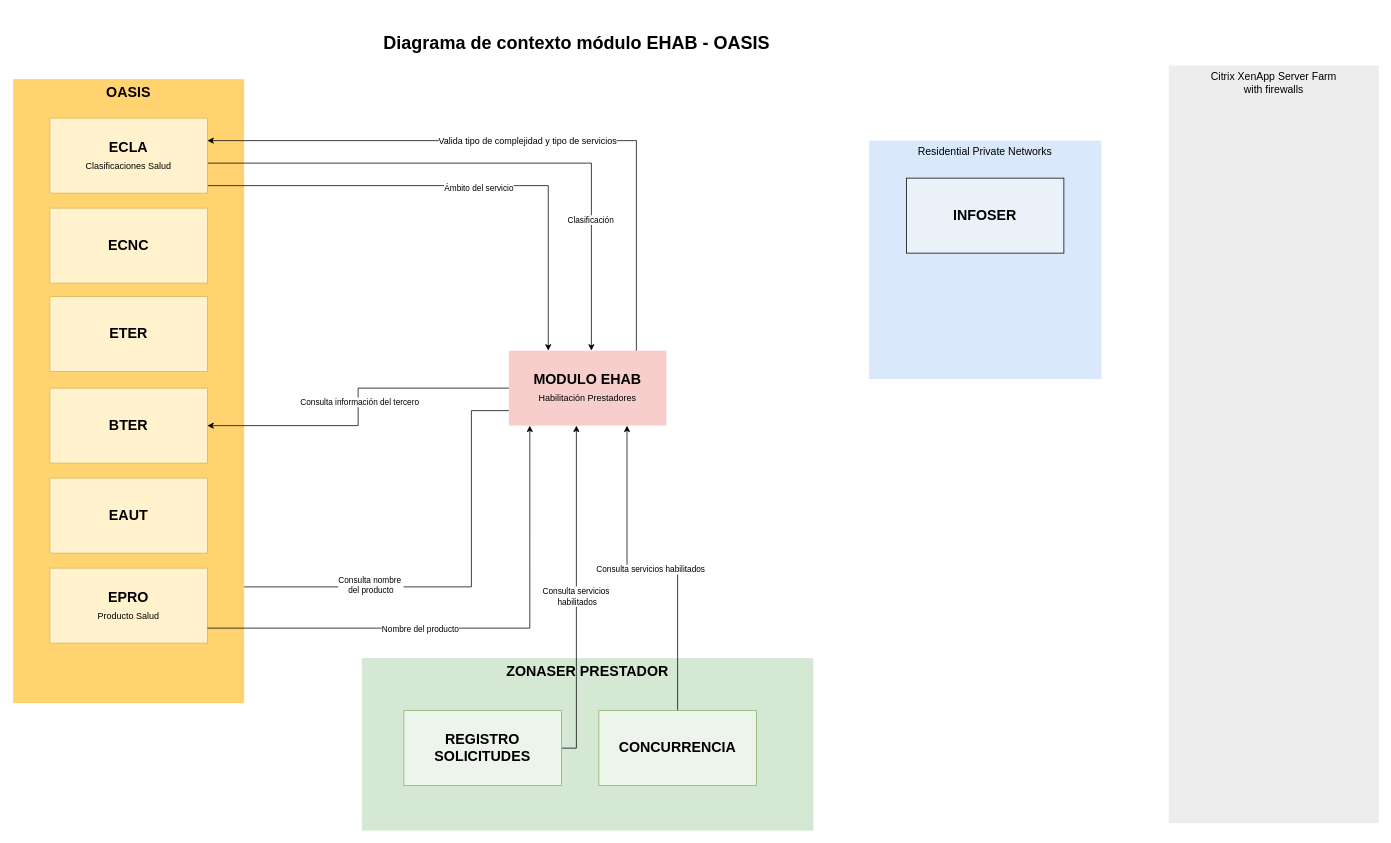
This is Contexto modulo EHAB.drawio from kevinjporto/Diagramas-de-procesos, a draw.io file, before an edit. Source tidied: cells renumbered, new cells numbered last; positions are measured from the earlier drawing's top-left corner, leaving out a move shared by most shapes. Both pictures are drawn from the tidied source at 75%, with x=0, y=0 at pixel (13, 28).
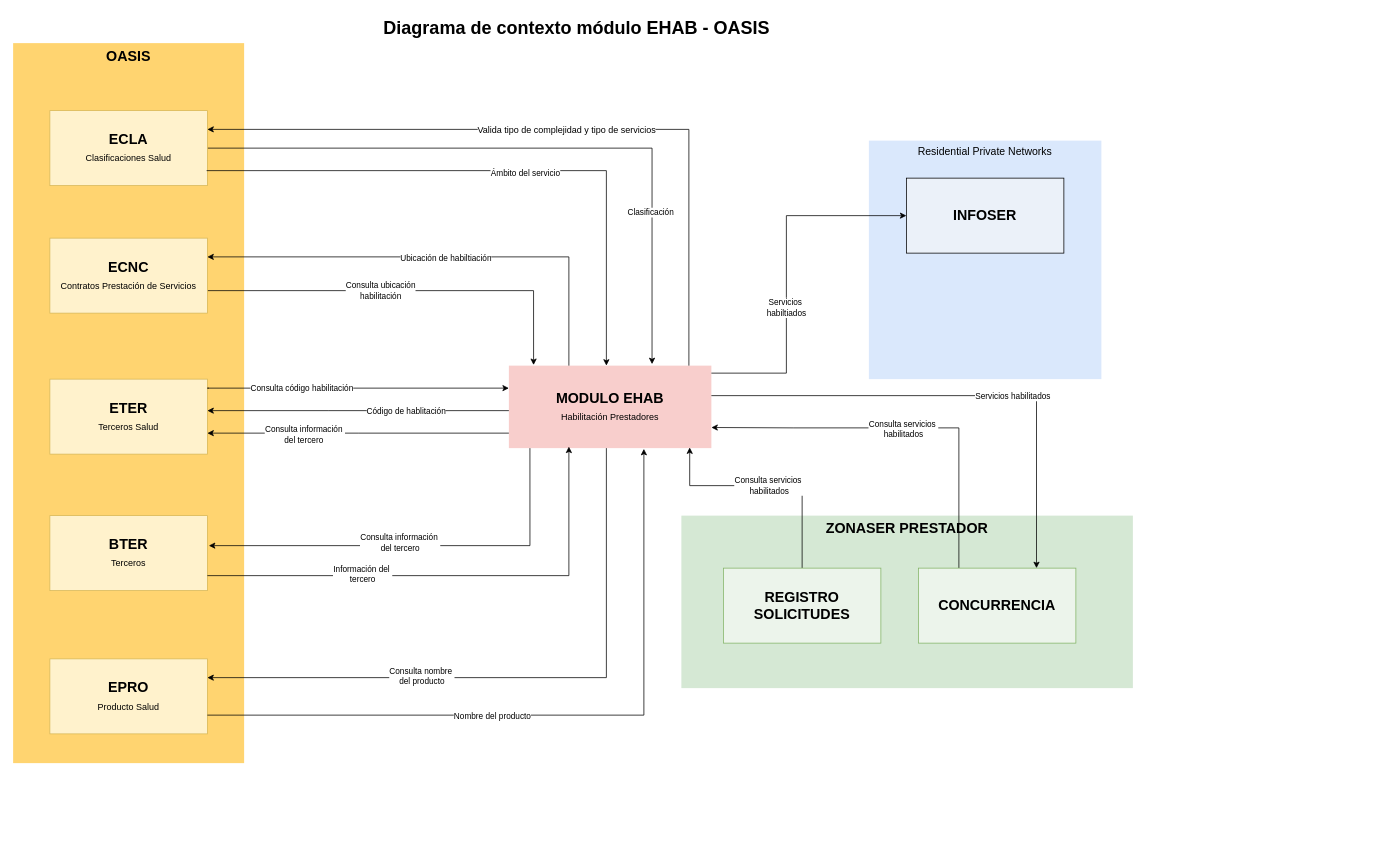
The same diagram, later.

Unchanged cells that the change refers to:
```xml
<mxCell id="27" value="INFOSER" style="whiteSpace=wrap;html=1;fillColor=light-dark(#ebf1f9, #1d293b);fontSize=19;strokeColor=default;verticalAlign=middle;fontStyle=1;" parent="1" vertex="1">
  <mxGeometry x="1191" y="200" width="210" height="100" as="geometry" />
</mxCell>
```

Change to the diagram source:
```diff
@@
-    <mxCell id="2" style="edgeStyle=orthogonalEdgeStyle;rounded=0;jettySize=auto;html=1;entryX=1;entryY=0.25;entryDx=0;entryDy=0;" parent="1" edge="1" source="4" target="30">
-      <mxGeometry relative="1" as="geometry">
-        <Array as="points">
-          <mxPoint x="611" y="510" />
-          <mxPoint x="611" y="745" />
-        </Array>
-      </mxGeometry>
-    </mxCell>
-    <mxCell id="3" value="Consulta nombre&amp;nbsp;&lt;div&gt;del producto&lt;/div&gt;" style="edgeLabel;html=1;align=center;verticalAlign=middle;" parent="2" vertex="1">
-      <mxGeometry x="0.32" y="-3" relative="1" as="geometry" />
-    </mxCell>
     <mxCell id="4" value="MODULO EHAB&lt;div&gt;&lt;font style=&quot;font-weight: normal; font-size: 12px;&quot;&gt;Habilitación Prestadores&lt;/font&gt;&lt;/div&gt;" style="whiteSpace=wrap;html=1;fillColor=#f8cecc;fontSize=19;strokeColor=none;verticalAlign=middle;fontStyle=1;" parent="1" vertex="1">
-      <mxGeometry x="661" y="430" width="210" height="100" as="geometry" />
+      <mxGeometry x="661" y="450" width="270" height="110" as="geometry" />
     </mxCell>
     <mxCell id="5" value="ZONASER PRESTADOR" style="whiteSpace=wrap;html=1;fillColor=#d5e8d4;fontSize=19;strokeColor=none;verticalAlign=top;fontStyle=1;" parent="1" vertex="1">
-      <mxGeometry x="465" y="840" width="602" height="230" as="geometry" />
+      <mxGeometry x="891" y="650" width="602" height="230" as="geometry" />
     </mxCell>
-    <mxCell id="6" value="Citrix XenApp Server Farm&lt;div&gt;with firewalls&lt;/div&gt;" style="whiteSpace=wrap;html=1;fillColor=#EDEDED;fontSize=14;strokeColor=none;verticalAlign=top;" parent="1" vertex="1">
-      <mxGeometry x="1541" y="50" width="280" height="1010" as="geometry" />
-    </mxCell>
     <mxCell id="7" value="&lt;b&gt;OASIS&lt;/b&gt;" style="whiteSpace=wrap;html=1;fillColor=#FFD470;gradientColor=none;fontSize=19;strokeColor=none;verticalAlign=top;" parent="1" vertex="1">
-      <mxGeometry y="68" width="308" height="832" as="geometry" />
+      <mxGeometry y="20" width="308" height="960" as="geometry" />
     </mxCell>
@@
     <mxCell id="9" value="Diagrama de contexto módulo EHAB - OASIS" style="text;strokeColor=none;fillColor=none;html=1;fontSize=24;fontStyle=1;verticalAlign=middle;align=center;" parent="1" vertex="1">
-      <mxGeometry x="320" width="861" height="40" as="geometry" />
+      <mxGeometry x="320" y="-20" width="861" height="40" as="geometry" />
     </mxCell>
-    <mxCell id="10" style="edgeStyle=orthogonalEdgeStyle;rounded=0;jettySize=auto;html=1;" parent="1" edge="1" source="14">
+    <mxCell id="10" style="edgeStyle=orthogonalEdgeStyle;rounded=0;jettySize=auto;html=1;entryX=0.707;entryY=-0.018;entryDx=0;entryDy=0;entryPerimeter=0;exitX=1;exitY=0.5;exitDx=0;exitDy=0;" parent="1" edge="1" source="14" target="4">
       <mxGeometry relative="1" as="geometry">
-        <mxPoint x="771" y="430" as="targetPoint" />
         <Array as="points">
-          <mxPoint x="771" y="180" />
-          <mxPoint x="771" y="430" />
+          <mxPoint x="852" y="160" />
         </Array>
       </mxGeometry>
     </mxCell>
@@
-    <mxCell id="12" style="edgeStyle=orthogonalEdgeStyle;rounded=0;jettySize=auto;html=1;entryX=0.25;entryY=0;entryDx=0;entryDy=0;" parent="1" edge="1" source="14" target="4">
-      <mxGeometry relative="1" as="geometry">
-        <Array as="points">
-          <mxPoint x="714" y="210" />
-        </Array>
-      </mxGeometry>
-    </mxCell>
-    <mxCell id="13" value="Ámbito del servicio" style="edgeLabel;html=1;align=center;verticalAlign=middle;" parent="12" vertex="1">
-      <mxGeometry x="0.07" y="-2" relative="1" as="geometry" />
-    </mxCell>
     <mxCell id="14" value="ECLA&lt;div&gt;&lt;font style=&quot;font-size: 12px; font-weight: normal;&quot;&gt;Clasificaciones Salud&lt;/font&gt;&lt;/div&gt;" style="whiteSpace=wrap;html=1;fillColor=#fff2cc;fontSize=19;strokeColor=#d6b656;verticalAlign=middle;fontStyle=1;" parent="1" vertex="1">
-      <mxGeometry x="49" y="120" width="210" height="100" as="geometry" />
+      <mxGeometry x="49" y="110" width="210" height="100" as="geometry" />
     </mxCell>
-    <mxCell id="15" style="edgeStyle=orthogonalEdgeStyle;rounded=0;orthogonalLoop=1;jettySize=auto;html=1;" parent="1" edge="1">
+    <mxCell id="15" style="edgeStyle=orthogonalEdgeStyle;rounded=0;jettySize=auto;html=1;entryX=1;entryY=0.25;entryDx=0;entryDy=0;exitX=0.889;exitY=0;exitDx=0;exitDy=0;exitPerimeter=0;" parent="1" edge="1" source="4" target="14">
       <mxGeometry relative="1" as="geometry">
-        <mxPoint x="831" y="430" as="sourcePoint" />
-        <mxPoint x="259" y="150" as="targetPoint" />
         <Array as="points">
-          <mxPoint x="831" y="430" />
-          <mxPoint x="831" y="150" />
+          <mxPoint x="901" y="135" />
         </Array>
       </mxGeometry>
     </mxCell>
@@
+    <mxCell id="33" style="edgeStyle=orthogonalEdgeStyle;rounded=0;jettySize=auto;html=1;entryX=0.122;entryY=-0.008;entryDx=0;entryDy=0;entryPerimeter=0;" parent="1" edge="1" source="17" target="4">
+      <mxGeometry relative="1" as="geometry">
+        <Array as="points">
+          <mxPoint x="694" y="350" />
+        </Array>
+      </mxGeometry>
+    </mxCell>
+    <mxCell id="34" value="Consulta ubicación&lt;div&gt;habilitación&lt;/div&gt;" style="edgeLabel;html=1;align=center;verticalAlign=middle;" parent="33" vertex="1">
+      <mxGeometry x="-0.14" y="1" relative="1" as="geometry" />
+    </mxCell>
-    <mxCell id="17" value="ECNC" style="whiteSpace=wrap;html=1;fillColor=#fff2cc;fontSize=19;strokeColor=#d6b656;verticalAlign=middle;fontStyle=1;" parent="1" vertex="1">
-      <mxGeometry x="49" y="240" width="210" height="100" as="geometry" />
+    <mxCell id="17" value="ECNC&lt;div&gt;&lt;font style=&quot;font-size: 12px; font-weight: normal;&quot;&gt;Contratos Prestación de Servicios&lt;/font&gt;&lt;/div&gt;" style="whiteSpace=wrap;html=1;fillColor=#fff2cc;fontSize=19;strokeColor=#d6b656;verticalAlign=middle;fontStyle=1;" parent="1" vertex="1">
+      <mxGeometry x="49" y="280" width="210" height="100" as="geometry" />
     </mxCell>
-    <mxCell id="18" value="ETER" style="whiteSpace=wrap;html=1;fillColor=#fff2cc;fontSize=19;strokeColor=#d6b656;verticalAlign=middle;fontStyle=1;" parent="1" vertex="1">
-      <mxGeometry x="49" y="358" width="210" height="100" as="geometry" />
+    <mxCell id="18" value="ETER&lt;div&gt;&lt;span style=&quot;font-weight: normal;&quot;&gt;&lt;font style=&quot;font-size: 12px;&quot;&gt;T&lt;/font&gt;&lt;/span&gt;&lt;font style=&quot;font-size: 12px; font-weight: normal;&quot;&gt;erceros Salud&lt;/font&gt;&lt;/div&gt;" style="whiteSpace=wrap;html=1;fillColor=#fff2cc;fontSize=19;strokeColor=#d6b656;verticalAlign=middle;fontStyle=1;" parent="1" vertex="1">
+      <mxGeometry x="49" y="468" width="210" height="100" as="geometry" />
     </mxCell>
-    <mxCell id="19" value="BTER" style="whiteSpace=wrap;html=1;fillColor=#fff2cc;fontSize=19;strokeColor=#d6b656;verticalAlign=middle;fontStyle=1;" parent="1" vertex="1">
-      <mxGeometry x="49" y="480" width="210" height="100" as="geometry" />
+    <mxCell id="19" value="BTER&lt;div&gt;&lt;font style=&quot;font-size: 12px; font-weight: normal;&quot;&gt;Terceros&lt;/font&gt;&lt;/div&gt;" style="whiteSpace=wrap;html=1;fillColor=#fff2cc;fontSize=19;strokeColor=#d6b656;verticalAlign=middle;fontStyle=1;" parent="1" vertex="1">
+      <mxGeometry x="49" y="650" width="210" height="100" as="geometry" />
     </mxCell>
-    <mxCell id="20" value="EAUT" style="whiteSpace=wrap;html=1;fillColor=#fff2cc;fontSize=19;strokeColor=#d6b656;verticalAlign=middle;fontStyle=1;" parent="1" vertex="1">
-      <mxGeometry x="49" y="600" width="210" height="100" as="geometry" />
-    </mxCell>
-    <mxCell id="21" style="edgeStyle=orthogonalEdgeStyle;rounded=0;jettySize=auto;html=1;" parent="1" edge="1" source="23">
+    <mxCell id="21" style="edgeStyle=orthogonalEdgeStyle;rounded=0;jettySize=auto;html=1;entryX=0.893;entryY=0.992;entryDx=0;entryDy=0;entryPerimeter=0;" parent="1" edge="1" source="23" target="4">
       <mxGeometry relative="1" as="geometry">
-        <mxPoint x="751" y="530" as="targetPoint" />
         <Array as="points">
-          <mxPoint x="751" y="960" />
-          <mxPoint x="751" y="530" />
+          <mxPoint x="1052" y="610" />
+          <mxPoint x="902" y="610" />
         </Array>
       </mxGeometry>
     </mxCell>
@@
     <mxCell id="23" value="REGISTRO SOLICITUDES" style="whiteSpace=wrap;html=1;fillColor=light-dark(#ecf4eb, #1f2f1e);fontSize=19;strokeColor=#82b366;verticalAlign=middle;fontStyle=1;" parent="1" vertex="1">
-      <mxGeometry x="521" y="910" width="210" height="100" as="geometry" />
+      <mxGeometry x="947" y="720" width="210" height="100" as="geometry" />
     </mxCell>
-    <mxCell id="24" style="edgeStyle=orthogonalEdgeStyle;rounded=0;jettySize=auto;html=1;entryX=0.75;entryY=1;entryDx=0;entryDy=0;" parent="1" edge="1" source="26" target="4">
-      <mxGeometry relative="1" as="geometry" />
+    <mxCell id="24" style="edgeStyle=orthogonalEdgeStyle;rounded=0;jettySize=auto;html=1;entryX=1;entryY=0.75;entryDx=0;entryDy=0;" parent="1" edge="1" source="26" target="4">
+      <mxGeometry relative="1" as="geometry">
+        <Array as="points">
+          <mxPoint x="1261" y="533" />
+          <mxPoint x="1041" y="533" />
+        </Array>
+      </mxGeometry>
     </mxCell>
-    <mxCell id="25" value="Consulta servicios habilitados" style="edgeLabel;html=1;align=center;verticalAlign=middle;" parent="24" vertex="1">
+    <mxCell id="25" value="Consulta servicios&amp;nbsp;&lt;div&gt;habilitados&lt;/div&gt;" style="edgeLabel;html=1;align=center;verticalAlign=middle;" parent="24" vertex="1">
       <mxGeometry x="0.01" y="1" relative="1" as="geometry">
         <mxPoint x="-1" as="offset" />
       </mxGeometry>
     </mxCell>
     <mxCell id="26" value="CONCURRENCIA" style="whiteSpace=wrap;html=1;fillColor=light-dark(#ecf4eb, #1f2f1e);fontSize=19;strokeColor=#82b366;verticalAlign=middle;fontStyle=1;" parent="1" vertex="1">
-      <mxGeometry x="781" y="910" width="210" height="100" as="geometry" />
+      <mxGeometry x="1207" y="720" width="210" height="100" as="geometry" />
     </mxCell>
@@
-    <mxCell id="28" style="edgeStyle=orthogonalEdgeStyle;rounded=0;jettySize=auto;html=1;" parent="1" edge="1" source="4" target="19">
-      <mxGeometry relative="1" as="geometry" />
+    <mxCell id="28" style="edgeStyle=orthogonalEdgeStyle;rounded=0;jettySize=auto;html=1;exitX=0.104;exitY=1;exitDx=0;exitDy=0;exitPerimeter=0;" parent="1" edge="1" source="4">
+      <mxGeometry relative="1" as="geometry">
+        <mxPoint x="261" y="690" as="targetPoint" />
+        <Array as="points">
+          <mxPoint x="689" y="690" />
+        </Array>
+      </mxGeometry>
     </mxCell>
-    <mxCell id="29" value="Consulta información del tercero" style="edgeLabel;html=1;align=center;verticalAlign=middle;" parent="28" vertex="1">
+    <mxCell id="29" value="Consulta información&amp;nbsp;&lt;div&gt;del tercero&lt;/div&gt;" style="edgeLabel;html=1;align=center;verticalAlign=middle;" parent="28" vertex="1">
       <mxGeometry x="-0.03" relative="1" as="geometry">
-        <mxPoint x="1" as="offset" />
+        <mxPoint x="-33" y="-5" as="offset" />
       </mxGeometry>
     </mxCell>
     <mxCell id="30" value="EPRO&lt;div&gt;&lt;font style=&quot;font-size: 12px; font-weight: normal;&quot;&gt;Producto Salud&lt;/font&gt;&lt;/div&gt;" style="whiteSpace=wrap;html=1;fillColor=#fff2cc;fontSize=19;strokeColor=#d6b656;verticalAlign=middle;fontStyle=1;" parent="1" vertex="1">
-      <mxGeometry x="49" y="720" width="210" height="100" as="geometry" />
+      <mxGeometry x="49" y="841" width="210" height="100" as="geometry" />
     </mxCell>
-    <mxCell id="31" style="edgeStyle=orthogonalEdgeStyle;rounded=0;jettySize=auto;html=1;entryX=0.133;entryY=1;entryDx=0;entryDy=0;entryPerimeter=0;" parent="1" edge="1" source="30" target="4">
+    <mxCell id="31" style="edgeStyle=orthogonalEdgeStyle;rounded=0;jettySize=auto;html=1;exitX=1;exitY=0.75;exitDx=0;exitDy=0;" parent="1" edge="1" source="30">
       <mxGeometry relative="1" as="geometry">
+        <mxPoint x="841" y="561" as="targetPoint" />
         <Array as="points">
-          <mxPoint x="689" y="800" />
+          <mxPoint x="841" y="916" />
         </Array>
       </mxGeometry>
     </mxCell>
@@
+    <mxCell id="35" style="edgeStyle=orthogonalEdgeStyle;rounded=0;jettySize=auto;html=1;" parent="1" edge="1" source="19">
+      <mxGeometry relative="1" as="geometry">
+        <mxPoint x="741" y="558" as="targetPoint" />
+        <Array as="points">
+          <mxPoint x="154" y="730" />
+          <mxPoint x="741" y="730" />
+        </Array>
+      </mxGeometry>
+    </mxCell>
+    <mxCell id="36" value="Información del&amp;nbsp;&lt;div&gt;tercero&lt;/div&gt;" style="edgeLabel;html=1;align=center;verticalAlign=middle;" parent="35" vertex="1">
+      <mxGeometry x="-0.37" y="3" relative="1" as="geometry" />
+    </mxCell>
+    <mxCell id="37" style="edgeStyle=orthogonalEdgeStyle;rounded=0;jettySize=auto;html=1;" parent="1" edge="1" source="4" target="27">
+      <mxGeometry relative="1" as="geometry">
+        <Array as="points">
+          <mxPoint x="1031" y="460" />
+          <mxPoint x="1031" y="250" />
+        </Array>
+      </mxGeometry>
+    </mxCell>
+    <mxCell id="38" value="Servicios&amp;nbsp;&lt;div&gt;habiltiados&lt;/div&gt;" style="edgeLabel;html=1;align=center;verticalAlign=middle;" parent="37" vertex="1">
+      <mxGeometry x="-0.2" y="1" relative="1" as="geometry" />
+    </mxCell>
+    <mxCell id="39" style="edgeStyle=orthogonalEdgeStyle;rounded=0;jettySize=auto;html=1;entryX=1;entryY=0.25;entryDx=0;entryDy=0;" parent="1" edge="1" source="4" target="17">
+      <mxGeometry relative="1" as="geometry">
+        <Array as="points">
+          <mxPoint x="741" y="305" />
+        </Array>
+      </mxGeometry>
+    </mxCell>
+    <mxCell id="40" value="Ubicación de habiltiación" style="edgeLabel;html=1;align=center;verticalAlign=middle;" parent="39" vertex="1">
+      <mxGeometry x="-0.01" y="1" relative="1" as="geometry" />
+    </mxCell>
+    <mxCell id="41" style="edgeStyle=orthogonalEdgeStyle;rounded=0;jettySize=auto;html=1;entryX=0.75;entryY=0;entryDx=0;entryDy=0;" parent="1" edge="1" source="4" target="26">
+      <mxGeometry relative="1" as="geometry">
+        <Array as="points">
+          <mxPoint x="1365" y="490" />
+        </Array>
+      </mxGeometry>
+    </mxCell>
+    <mxCell id="42" value="Servicios habilitados" style="edgeLabel;html=1;align=center;verticalAlign=middle;" parent="41" vertex="1">
+      <mxGeometry x="0.21" relative="1" as="geometry" />
+    </mxCell>
+    <mxCell id="2" style="edgeStyle=orthogonalEdgeStyle;rounded=0;jettySize=auto;html=1;entryX=1;entryY=0.25;entryDx=0;entryDy=0;" parent="1" edge="1" target="30">
+      <mxGeometry relative="1" as="geometry">
+        <mxPoint x="791" y="560" as="sourcePoint" />
+        <Array as="points">
+          <mxPoint x="791" y="866" />
+        </Array>
+      </mxGeometry>
+    </mxCell>
+    <mxCell id="3" value="Consulta nombre&amp;nbsp;&lt;div&gt;del producto&lt;/div&gt;" style="edgeLabel;html=1;align=center;verticalAlign=middle;" parent="2" vertex="1">
+      <mxGeometry x="0.32" y="-3" relative="1" as="geometry" />
+    </mxCell>
+    <mxCell id="43" style="edgeStyle=orthogonalEdgeStyle;rounded=0;jettySize=auto;html=1;" parent="1" edge="1" source="4" target="18">
+      <mxGeometry relative="1" as="geometry">
+        <Array as="points">
+          <mxPoint x="461" y="540" />
+          <mxPoint x="461" y="540" />
+        </Array>
+      </mxGeometry>
+    </mxCell>
+    <mxCell id="44" value="Consulta información&amp;nbsp;&lt;div&gt;del tercero&lt;span style=&quot;background-color: light-dark(#ffffff, var(--ge-dark-color, #121212)); color: light-dark(rgb(0, 0, 0), rgb(255, 255, 255));&quot;&gt;&amp;nbsp;&lt;/span&gt;&lt;/div&gt;" style="edgeLabel;html=1;align=center;verticalAlign=middle;" parent="43" vertex="1">
+      <mxGeometry x="0.36" y="1" relative="1" as="geometry" />
+    </mxCell>
+    <mxCell id="45" style="edgeStyle=orthogonalEdgeStyle;rounded=0;orthogonalLoop=1;jettySize=auto;html=1;" parent="1" edge="1">
+      <mxGeometry relative="1" as="geometry">
+        <mxPoint x="261" y="480" as="sourcePoint" />
+        <mxPoint x="661" y="480" as="targetPoint" />
+        <Array as="points">
+          <mxPoint x="259" y="480" />
+          <mxPoint x="661" y="480" />
+        </Array>
+      </mxGeometry>
+    </mxCell>
+    <mxCell id="46" value="Consulta código habilitación" style="edgeLabel;html=1;align=center;verticalAlign=middle;" parent="45" vertex="1">
+      <mxGeometry x="-0.37" y="1" relative="1" as="geometry" />
+    </mxCell>
+    <mxCell id="47" style="edgeStyle=orthogonalEdgeStyle;rounded=0;jettySize=auto;html=1;" parent="1" edge="1" source="4" target="18">
+      <mxGeometry relative="1" as="geometry">
+        <Array as="points">
+          <mxPoint x="421" y="510" />
+          <mxPoint x="421" y="510" />
+        </Array>
+      </mxGeometry>
+    </mxCell>
+    <mxCell id="48" value="Código de hablitación" style="edgeLabel;html=1;align=center;verticalAlign=middle;" parent="47" vertex="1">
+      <mxGeometry x="0.44" y="2" relative="1" as="geometry">
+        <mxPoint x="151" y="-2" as="offset" />
+      </mxGeometry>
+    </mxCell>
+    <mxCell id="12" style="edgeStyle=orthogonalEdgeStyle;rounded=0;orthogonalLoop=1;jettySize=auto;html=1;" parent="1" edge="1">
+      <mxGeometry relative="1" as="geometry">
+        <mxPoint x="258" y="190" as="sourcePoint" />
+        <mxPoint x="791" y="450" as="targetPoint" />
+        <Array as="points">
+          <mxPoint x="258" y="190" />
+          <mxPoint x="791" y="190" />
+        </Array>
+      </mxGeometry>
+    </mxCell>
+    <mxCell id="13" value="Ámbito del servicio" style="edgeLabel;html=1;align=center;verticalAlign=middle;" parent="12" vertex="1">
+      <mxGeometry x="0.07" y="-2" relative="1" as="geometry" />
+    </mxCell>
```
